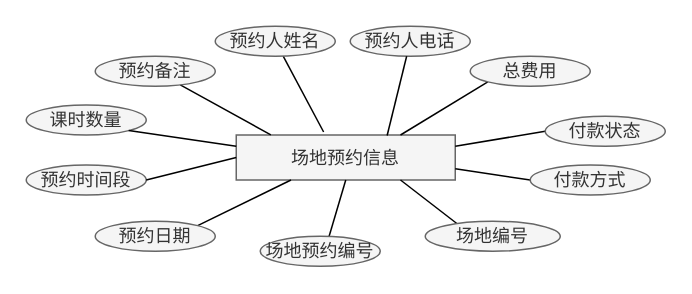
This is page "场地预约信息" (11 of 11) of 羽毛球er.drawio from 194568/test1, a draw.io file, before an edit. Source tidied: cells renumbered, new cells numbered last; positions are measured from the earlier drawing's top-left corner, leaving out a move shared by most shapes. Both pictures are drawn from the tidied source at 150%, with x=0, y=0 at pixel (26, 26).
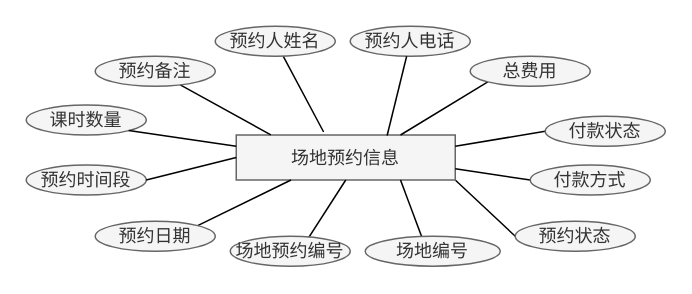
The same page after the edit.

Commit message:
更新羽毛球er.drawio

Unchanged cells that the change refers to:
```xml
<mxCell id="2" value="场地预约信息" style="rounded=0;whiteSpace=wrap;html=1;fillColor=#f5f5f5;fontColor=#333333;strokeColor=#666666;" parent="1" vertex="1">
  <mxGeometry x="140" y="72.5" width="146" height="30" as="geometry" />
</mxCell>
```

The edit, as a diff of the source:
```diff
@@
+    <mxCell id="25" style="rounded=0;jettySize=auto;html=1;exitX=1;exitY=1;exitDx=0;exitDy=0;entryX=0;entryY=0.5;entryDx=0;entryDy=0;endArrow=none;endFill=0;" parent="1" edge="1" source="2" target="26">
+      <mxGeometry relative="1" as="geometry" />
+    </mxCell>
@@
     <mxCell id="4" value="场地编号" style="ellipse;whiteSpace=wrap;html=1;fillColor=#f5f5f5;fontColor=#333333;strokeColor=#666666;" parent="1" vertex="1">
-      <mxGeometry x="266" y="130" width="90" height="20" as="geometry" />
+      <mxGeometry x="226" y="140" width="90" height="20" as="geometry" />
     </mxCell>
@@
     <mxCell id="6" value="场地预约编号" style="ellipse;whiteSpace=wrap;html=1;fillColor=#f5f5f5;fontColor=#333333;strokeColor=#666666;" parent="1" vertex="1">
-      <mxGeometry x="156" y="140" width="80" height="20" as="geometry" />
+      <mxGeometry x="136" y="140" width="80" height="20" as="geometry" />
     </mxCell>
@@
+    <mxCell id="26" value="预约状态" style="ellipse;whiteSpace=wrap;html=1;fillColor=#f5f5f5;fontColor=#333333;strokeColor=#666666;" parent="1" vertex="1">
+      <mxGeometry x="326" y="130" width="80" height="20" as="geometry" />
+    </mxCell>
```
